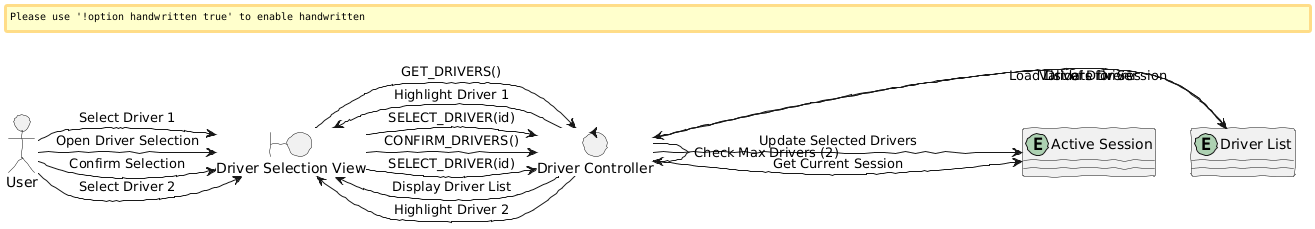
AnkitaVilasPimpalkar08/CSCI_6234_Spring_2026_G23 keeps this PlantUML diagram as Analysis/Select_Drivers.png. Above is the earlier version.
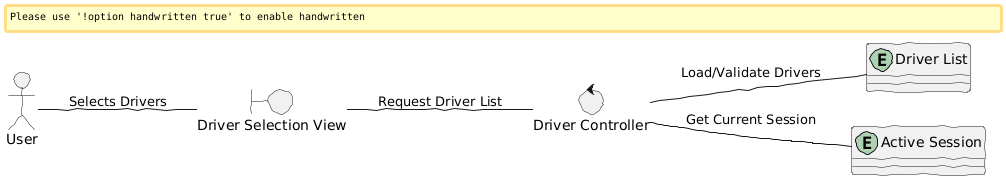
After the change.

What changed in the source:
```diff
@@ -1,30 +1,16 @@
 @startuml
+left to right direction
+skinparam handwritten true
 allow_mixing
-skinparam handwritten true
+
 actor User
 boundary "Driver Selection View" as GUI
 control "Driver Controller" as CTRL
 entity "Driver List" as DRIVERS
 entity "Active Session" as SESSION
 
-User -> GUI : Open Driver Selection
-GUI -> CTRL : GET_DRIVERS()
-CTRL -> SESSION : Get Current Session
-CTRL -> DRIVERS : Load Drivers for Session
-DRIVERS --> CTRL : List of Drivers
-CTRL -> GUI : Display Driver List
-
-User -> GUI : Select Driver 1
-GUI -> CTRL : SELECT_DRIVER(id)
-CTRL -> DRIVERS : Validate Driver
-CTRL -> GUI : Highlight Driver 1
-
-User -> GUI : Select Driver 2
-GUI -> CTRL : SELECT_DRIVER(id)
-CTRL -> CTRL : Check Max Drivers (2)
-CTRL -> GUI : Highlight Driver 2
-
-User -> GUI : Confirm Selection
-GUI -> CTRL : CONFIRM_DRIVERS()
-CTRL -> SESSION : Update Selected Drivers
+User -- GUI : Selects Drivers
+GUI -- CTRL : Request Driver List
+CTRL -- SESSION : Get Current Session
+CTRL -- DRIVERS : Load/Validate Drivers
 @enduml
```
